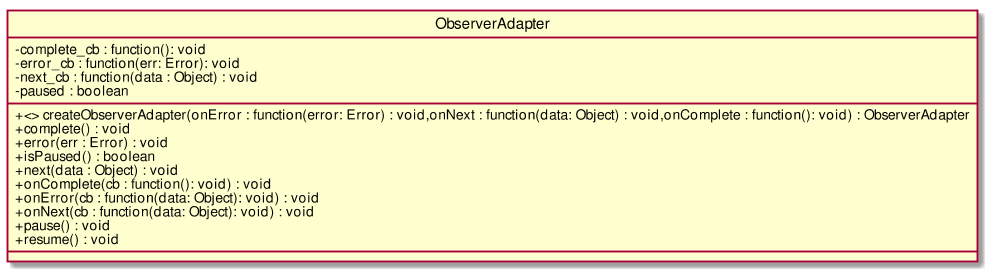
CoCodeSWE/Docs keeps this PlantUML diagram as RP/Esterni/DefinizioneDiProdotto/images/ClassObserverAdapter.png. Above is the earlier version.
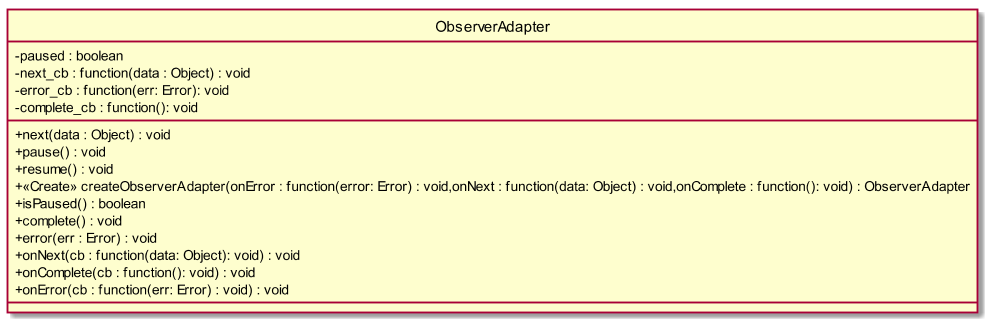
After the commit.

The edit, as a diff of the source:
```diff
@@ -2,21 +2,21 @@
 scale 1000*1000
 skinparam classAttributeIconSize 0
 class ObserverAdapter{
+- paused : boolean
+- next_cb : function(data : Object) : void
+- error_cb : function(err: Error): void
 - complete_cb : function(): void
-- error_cb : function(err: Error): void
-- next_cb : function(data : Object) : void
-- paused : boolean
 __
-+ <> createObserverAdapter(onError : function(error: Error) : void,onNext : function(data: Object) : void,onComplete : function(): void) : ObserverAdapter
++ next(data : Object) : void
++ pause() : void
++ resume() : void
++ <<Create>> createObserverAdapter(onError : function(error: Error) : void,onNext : function(data: Object) : void,onComplete : function(): void) : ObserverAdapter
++ isPaused() : boolean
 + complete() : void
 + error(err : Error) : void
-+ isPaused() : boolean
-+ next(data : Object) : void
++ onNext(cb : function(data: Object): void) : void
 + onComplete(cb : function(): void) : void
-+ onError(cb : function(data: Object): void) : void
-+ onNext(cb : function(data: Object): void) : void
-+ pause() : void
-+ resume() : void
++ onError(cb : function(err: Error) : void) : void
 __
 
 }
```
